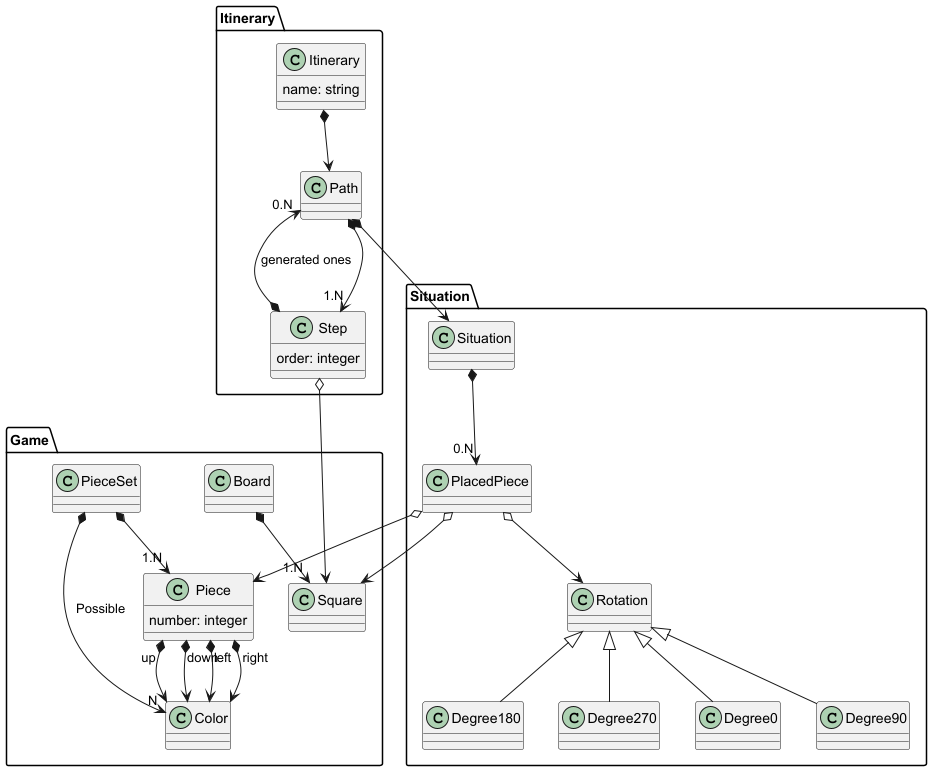
Earlier version of the PlantUML export doc/DomainModelDiagram/DomainModelDiagram.png (IgnacioMaestro/Eternity2).
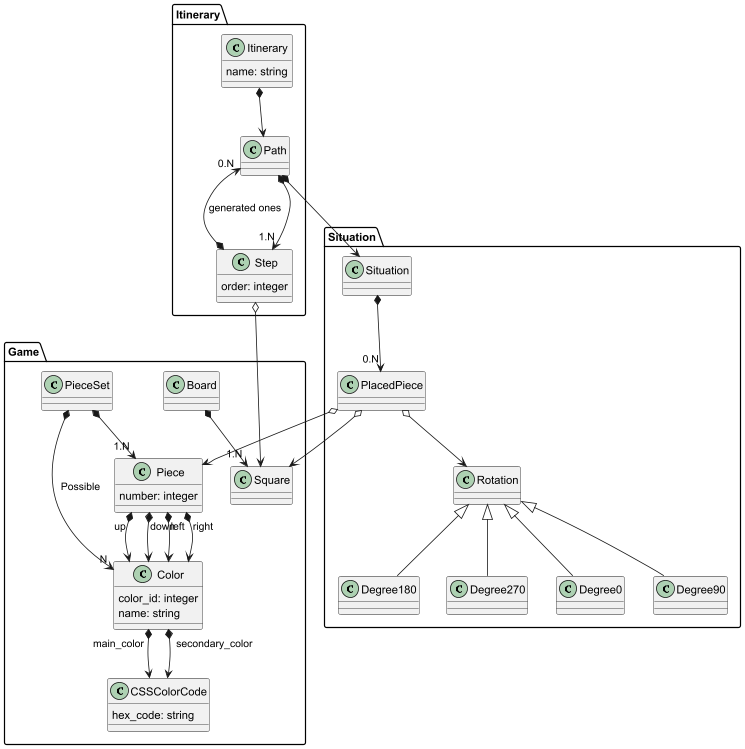
After the commit.

What changed in the source:
```diff
@@ -5,8 +5,14 @@
     class PieceSet
     class Piece {
         number: integer
-        }
-    class Color
+    }
+    class Color {
+        color_id: integer
+        name: string
+    }
+    class CSSColorCode {
+        hex_code: string
+    }
 
     Board *--> "1.N" Square
     PieceSet *--> "N" Color: Possible
@@ -15,6 +21,8 @@
     Piece "left" *--> Color
     Piece "right" *--> Color
     PieceSet *--> "1.N" Piece
+    Color "main_color" *--> CSSColorCode
+    Color "secondary_color" *--> CSSColorCode
 }
 package Situation {
     class Situation
```
